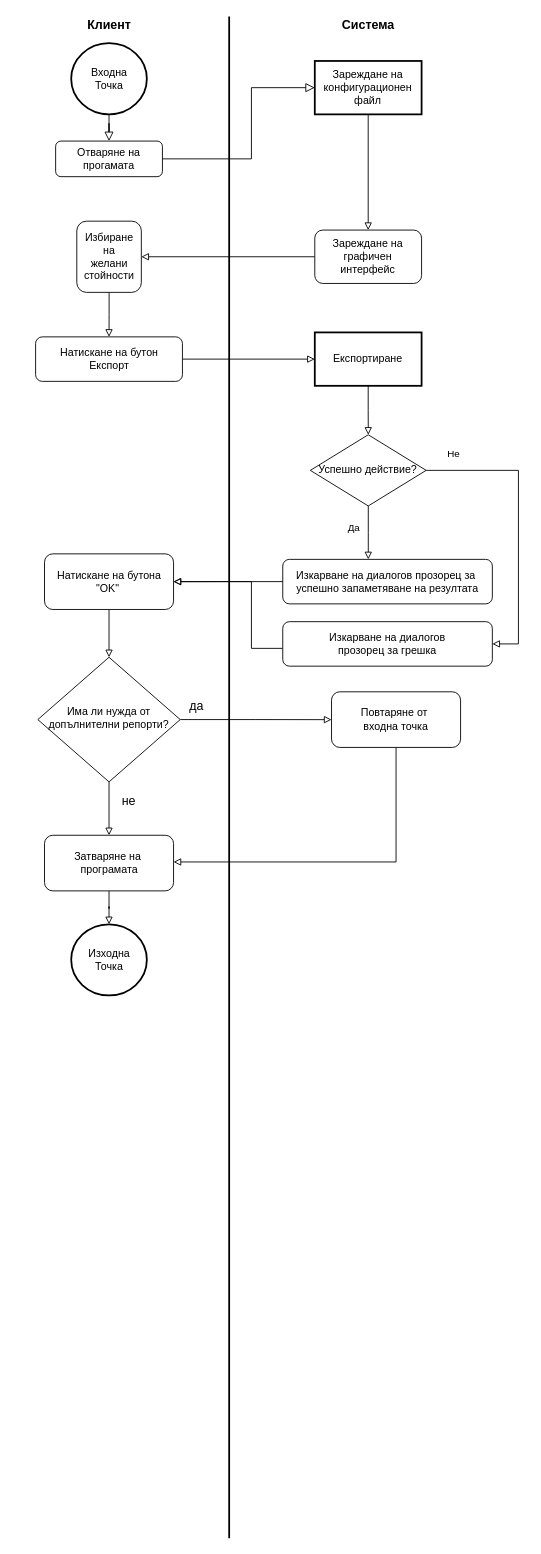
nikolaizhnikolov/NVNA-Schedule-Exporter keeps this draw.io diagram as page "interface" (1 of 5) of docs/Блоксхеми/technical_charts.drawio. Above is the earlier version. Source tidied: cells renumbered, new cells numbered last; positions are measured from the earlier drawing's top-left corner, leaving out a move shared by most shapes. Both pictures are drawn from the tidied source at 89%, with x=0, y=0 at pixel (36, 16).
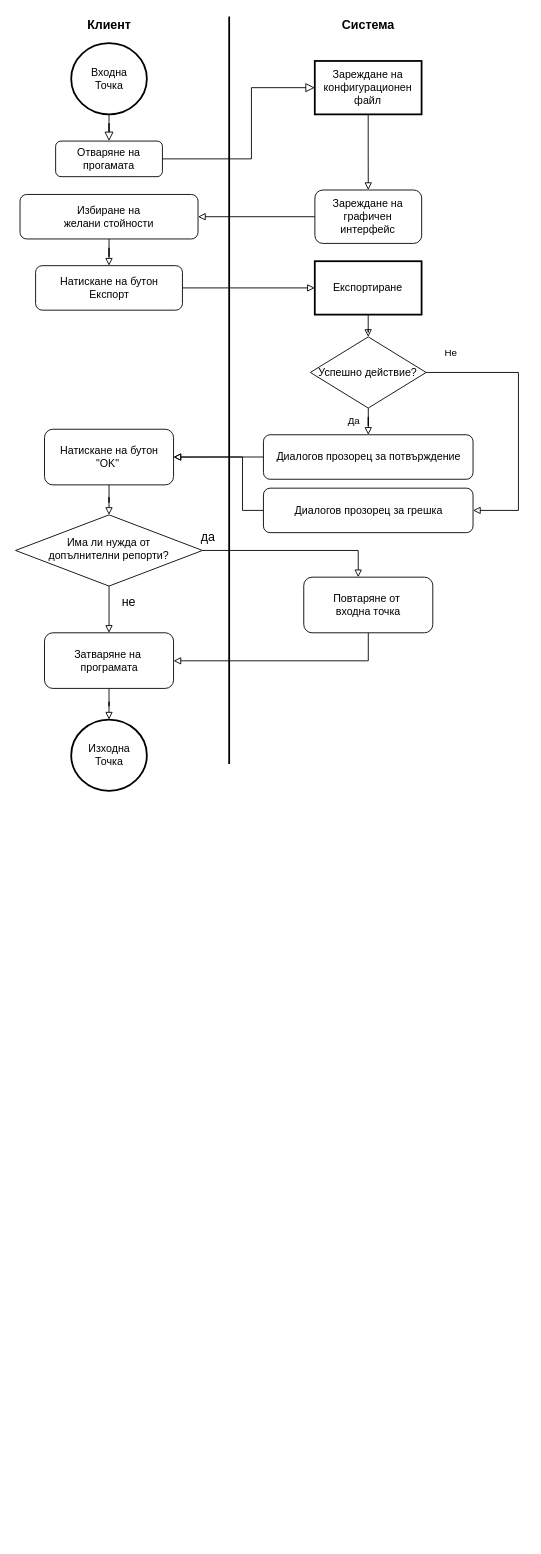
The same diagram, later.

The edit, as a diff of the source:
```diff
@@
     <mxCell id="2" style="edgeStyle=orthogonalEdgeStyle;rounded=0;jettySize=auto;html=1;endArrow=block;endFill=0;fontSize=14;" parent="1" edge="1" source="30" target="29">
       <mxGeometry relative="1" as="geometry">
         <Array as="points">
-          <mxPoint x="404" y="950" />
+          <mxPoint x="373" y="724" />
         </Array>
       </mxGeometry>
     </mxCell>
     <mxCell id="3" style="edgeStyle=orthogonalEdgeStyle;rounded=0;jettySize=auto;html=1;endArrow=block;endFill=0;fontSize=14;" parent="1" edge="1" source="38" target="16">
-      <mxGeometry relative="1" as="geometry">
-        <Array as="points">
-          <mxPoint x="373" y="270" />
-        </Array>
-      </mxGeometry>
+      <mxGeometry relative="1" as="geometry" />
     </mxCell>
@@
     <mxCell id="10" style="line;strokeWidth=2;direction=south;html=1;" parent="1" vertex="1">
-      <mxGeometry x="212" width="10" height="1710" as="geometry" />
+      <mxGeometry x="212" width="10" height="840" as="geometry" />
     </mxCell>
@@
     <mxCell id="14" value="Натискане на бутон&lt;br&gt;Експорт" style="rounded=1;whiteSpace=wrap;html=1;fontSize=12;glass=0;strokeWidth=1;shadow=0;" parent="1" vertex="1">
-      <mxGeometry x="-0.5" y="360" width="165" height="50" as="geometry" />
+      <mxGeometry x="-0.5" y="280" width="165" height="50" as="geometry" />
     </mxCell>
@@
-    <mxCell id="16" value="Избиране&lt;br&gt;на&lt;br&gt;желани&lt;br&gt;стойности" style="rounded=1;whiteSpace=wrap;html=1;fontSize=12;glass=0;strokeWidth=1;shadow=0;" parent="1" vertex="1">
-      <mxGeometry x="45.8" y="230" width="72.5" height="80" as="geometry" />
+    <mxCell id="16" value="Избиране на&lt;br&gt;желани стойности" style="rounded=1;whiteSpace=wrap;html=1;fontSize=12;glass=0;strokeWidth=1;shadow=0;" parent="1" vertex="1">
+      <mxGeometry x="-18" y="200" width="200" height="50" as="geometry" />
     </mxCell>
@@
     <mxCell id="18" value="Експортиране" style="rounded=0;whiteSpace=wrap;html=1;strokeWidth=2;fillColor=default;" parent="1" vertex="1">
-      <mxGeometry x="313.2" y="355" width="120" height="60" as="geometry" />
+      <mxGeometry x="313.2" y="275" width="120" height="60" as="geometry" />
     </mxCell>
-    <mxCell id="19" value="&lt;p class=&quot;MsoNormal&quot;&gt;Изкарване на диалогов прозорец за&amp;nbsp;&lt;br&gt;&lt;span&gt;успешно запаметяване на резултата&lt;/span&gt;&lt;/p&gt;" style="rounded=1;whiteSpace=wrap;html=1;fontSize=12;glass=0;strokeWidth=1;shadow=0;" parent="1" vertex="1">
-      <mxGeometry x="277.2" y="610" width="235.5" height="50" as="geometry" />
+    <mxCell id="19" value="&lt;p class=&quot;MsoNormal&quot;&gt;Диалогов прозорец за потвърждение&lt;/p&gt;" style="rounded=1;whiteSpace=wrap;html=1;fontSize=12;glass=0;strokeWidth=1;shadow=0;" parent="1" vertex="1">
+      <mxGeometry x="255.5" y="470" width="235.5" height="50" as="geometry" />
     </mxCell>
@@
-    <mxCell id="21" value="&lt;p class=&quot;MsoNormal&quot;&gt;Натискане на бутона&lt;br&gt;&lt;span&gt;&quot;OK&quot;&amp;nbsp;&lt;/span&gt;&lt;/p&gt;" style="rounded=1;whiteSpace=wrap;html=1;fontSize=12;glass=0;strokeWidth=1;shadow=0;direction=south;" parent="1" vertex="1">
-      <mxGeometry x="9.5" y="603.8" width="145" height="62.5" as="geometry" />
+    <mxCell id="21" value="&lt;p class=&quot;MsoNormal&quot;&gt;Натискане на бутон&lt;br&gt;&lt;span&gt;&quot;OK&quot;&amp;nbsp;&lt;/span&gt;&lt;/p&gt;" style="rounded=1;whiteSpace=wrap;html=1;fontSize=12;glass=0;strokeWidth=1;shadow=0;direction=south;" parent="1" vertex="1">
+      <mxGeometry x="9.5" y="463.8" width="145" height="62.5" as="geometry" />
     </mxCell>
@@
     <mxCell id="24" style="edgeStyle=orthogonalEdgeStyle;rounded=0;jettySize=auto;html=1;endArrow=block;endFill=0;fontSize=14;" parent="1" edge="1" source="26" target="30">
-      <mxGeometry relative="1" as="geometry" />
+      <mxGeometry relative="1" as="geometry">
+        <Array as="points">
+          <mxPoint x="362" y="600" />
+        </Array>
+      </mxGeometry>
     </mxCell>
     <mxCell id="25" value="да" style="edgeLabel;html=1;align=center;verticalAlign=middle;fontSize=14;" parent="24" vertex="1">
       <mxGeometry x="-0.3" y="-4" relative="1" as="geometry">
-        <mxPoint x="-43" y="-20" as="offset" />
+        <mxPoint x="-67" y="-20" as="offset" />
       </mxGeometry>
     </mxCell>
-    <mxCell id="26" value="Има ли нужда от допълнителни репорти?" style="rhombus;whiteSpace=wrap;html=1;shadow=0;fontFamily=Helvetica;fontSize=12;align=center;strokeWidth=1;spacing=6;spacingTop=-4;" parent="1" vertex="1">
-      <mxGeometry x="2" y="720" width="160" height="140" as="geometry" />
+    <mxCell id="26" value="Има ли нужда от &lt;br&gt;допълнителни репорти?" style="rhombus;whiteSpace=wrap;html=1;shadow=0;fontFamily=Helvetica;fontSize=12;align=center;strokeWidth=1;spacing=6;spacingTop=-4;" parent="1" vertex="1">
+      <mxGeometry x="-23" y="560" width="210" height="80" as="geometry" />
     </mxCell>
     <mxCell id="27" value="Изходна&lt;br&gt;Точка" style="strokeWidth=2;html=1;shape=mxgraph.flowchart.start_2;whiteSpace=wrap;" parent="1" vertex="1">
-      <mxGeometry x="39.5" y="1020" width="85" height="80" as="geometry" />
+      <mxGeometry x="39.5" y="790" width="85" height="80" as="geometry" />
     </mxCell>
@@
     <mxCell id="29" value="&lt;p class=&quot;MsoNormal&quot;&gt;Затваряне на&amp;nbsp;&lt;br&gt;програмата&lt;/p&gt;" style="rounded=1;whiteSpace=wrap;html=1;fontSize=12;glass=0;strokeWidth=1;shadow=0;direction=south;" parent="1" vertex="1">
-      <mxGeometry x="9.5" y="920" width="145" height="62.5" as="geometry" />
+      <mxGeometry x="9.5" y="692.5" width="145" height="62.5" as="geometry" />
     </mxCell>
     <mxCell id="30" value="&lt;p class=&quot;MsoNormal&quot;&gt;Повтаряне от&amp;nbsp;&lt;br&gt;входна точка&lt;/p&gt;" style="rounded=1;whiteSpace=wrap;html=1;fontSize=12;glass=0;strokeWidth=1;shadow=0;direction=south;" parent="1" vertex="1">
-      <mxGeometry x="332" y="758.8" width="145" height="62.5" as="geometry" />
+      <mxGeometry x="300.8" y="630" width="145" height="62.5" as="geometry" />
     </mxCell>
     <mxCell id="31" style="edgeStyle=orthogonalEdgeStyle;rounded=0;jettySize=auto;html=1;endArrow=block;endFill=0;" parent="1" edge="1" source="35" target="19">
-      <mxGeometry relative="1" as="geometry">
-        <Array as="points">
-          <mxPoint x="373" y="580" />
-          <mxPoint x="373" y="580" />
-        </Array>
-      </mxGeometry>
+      <mxGeometry relative="1" as="geometry" />
     </mxCell>
@@
     <mxCell id="33" style="edgeStyle=orthogonalEdgeStyle;rounded=0;jettySize=auto;html=1;endArrow=block;endFill=0;" parent="1" edge="1" source="35" target="37">
       <mxGeometry relative="1" as="geometry">
         <Array as="points">
-          <mxPoint x="542" y="510" />
-          <mxPoint x="542" y="705" />
+          <mxPoint x="542" y="400" />
+          <mxPoint x="542" y="555" />
         </Array>
       </mxGeometry>
     </mxCell>
@@
     <mxCell id="35" value="Успешно действие?" style="rhombus;whiteSpace=wrap;html=1;rounded=0;strokeWidth=1;fillColor=default;" parent="1" vertex="1">
-      <mxGeometry x="308.2" y="470" width="130.1" height="80" as="geometry" />
+      <mxGeometry x="308.2" y="360" width="130.1" height="80" as="geometry" />
     </mxCell>
     <mxCell id="36" style="edgeStyle=orthogonalEdgeStyle;rounded=0;jettySize=auto;html=1;endArrow=block;endFill=0;" parent="1" edge="1" source="37" target="21">
       <mxGeometry relative="1" as="geometry">
         <Array as="points">
-          <mxPoint x="242" y="710" />
-          <mxPoint x="242" y="635" />
+          <mxPoint x="232" y="555" />
+          <mxPoint x="232" y="495" />
         </Array>
       </mxGeometry>
     </mxCell>
-    <mxCell id="37" value="&lt;p class=&quot;MsoNormal&quot;&gt;Изкарване на диалогов &lt;br&gt;прозорец за&amp;nbsp;грешка&lt;/p&gt;" style="rounded=1;whiteSpace=wrap;html=1;fontSize=12;glass=0;strokeWidth=1;shadow=0;" parent="1" vertex="1">
-      <mxGeometry x="277.2" y="680" width="235.5" height="50" as="geometry" />
+    <mxCell id="37" value="&lt;p class=&quot;MsoNormal&quot;&gt;Диалогов прозорец за грешка&lt;/p&gt;" style="rounded=1;whiteSpace=wrap;html=1;fontSize=12;glass=0;strokeWidth=1;shadow=0;" parent="1" vertex="1">
+      <mxGeometry x="255.5" y="530" width="235.5" height="50" as="geometry" />
     </mxCell>
     <mxCell id="38" value="&lt;p class=&quot;MsoNormal&quot;&gt;&lt;span lang=&quot;BG&quot;&gt;Зареждане на&lt;br&gt;графичен интерфейс&lt;/span&gt;&lt;/p&gt;" style="rounded=1;whiteSpace=wrap;html=1;fontSize=12;glass=0;strokeWidth=1;shadow=0;" parent="1" vertex="1">
-      <mxGeometry x="313.2" y="240" width="120" height="60" as="geometry" />
+      <mxGeometry x="313.3" y="195" width="120" height="60" as="geometry" />
     </mxCell>
```
